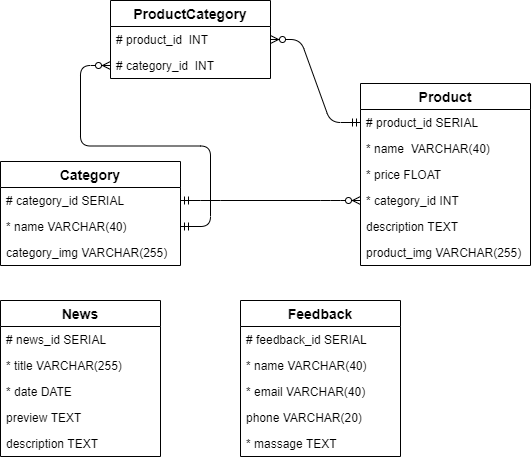
The draw.io diagram DB/ER-диаграмма.png in igor-ka97/bootcamp-block3, before a commit. Source tidied: cells renumbered, new cells last; positions are measured from the earlier drawing's top-left corner, leaving out a move shared by most shapes.
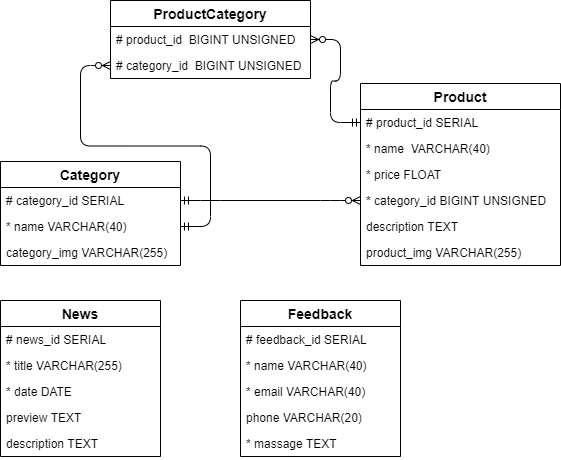
Above is the later version.

The edit, as a diff of the source:
```diff
@@ -12,34 +12,34 @@
       <mxGeometry relative="1" as="geometry" />
     </mxCell>
     <mxCell id="5" value="Product" style="swimlane;fontStyle=1;horizontal=1;startSize=26;align=center;fontSize=14;rounded=0;shadow=0;glass=0;comic=0;gradientColor=none;" parent="1" vertex="1">
-      <mxGeometry x="360" y="83" width="170" height="182" as="geometry" />
+      <mxGeometry x="360" y="83" width="200" height="182" as="geometry" />
     </mxCell>
     <mxCell id="6" value="# product_id SERIAL" style="text;strokeColor=none;fillColor=none;spacingLeft=4;spacingRight=4;overflow=hidden;points=[[0,0.5],[1,0.5]];portConstraint=eastwest;fontSize=12;" parent="5" vertex="1">
-      <mxGeometry y="26" width="170" height="26" as="geometry" />
+      <mxGeometry y="26" width="200" height="26" as="geometry" />
     </mxCell>
     <mxCell id="7" value="* name  VARCHAR(40)" style="text;strokeColor=none;fillColor=none;spacingLeft=4;spacingRight=4;overflow=hidden;fontSize=12;rounded=0;shadow=0;glass=0;comic=0;startSize=26;" parent="5" vertex="1">
-      <mxGeometry y="52" width="170" height="26" as="geometry" />
+      <mxGeometry y="52" width="200" height="26" as="geometry" />
     </mxCell>
     <mxCell id="8" value="* price FLOAT" style="text;strokeColor=none;fillColor=none;spacingLeft=4;spacingRight=4;overflow=hidden;fontSize=12;rounded=0;shadow=0;glass=0;comic=0;startSize=26;" parent="5" vertex="1">
-      <mxGeometry y="78" width="170" height="26" as="geometry" />
+      <mxGeometry y="78" width="200" height="26" as="geometry" />
     </mxCell>
-    <mxCell id="9" value="* category_id INT" style="text;strokeColor=none;fillColor=none;spacingLeft=4;spacingRight=4;overflow=hidden;points=[[0,0.5],[1,0.5]];portConstraint=eastwest;fontSize=12;rounded=0;shadow=0;glass=0;comic=0;startSize=26;" parent="5" vertex="1">
-      <mxGeometry y="104" width="170" height="26" as="geometry" />
+    <mxCell id="9" value="* category_id BIGINT UNSIGNED" style="text;strokeColor=none;fillColor=none;spacingLeft=4;spacingRight=4;overflow=hidden;points=[[0,0.5],[1,0.5]];portConstraint=eastwest;fontSize=12;rounded=0;shadow=0;glass=0;comic=0;startSize=26;" parent="5" vertex="1">
+      <mxGeometry y="104" width="200" height="26" as="geometry" />
     </mxCell>
     <mxCell id="10" value="description TEXT" style="text;strokeColor=none;fillColor=none;spacingLeft=4;spacingRight=4;overflow=hidden;fontSize=12;" parent="5" vertex="1">
-      <mxGeometry y="130" width="170" height="26" as="geometry" />
+      <mxGeometry y="130" width="200" height="26" as="geometry" />
     </mxCell>
     <mxCell id="11" value="product_img VARCHAR(255)" style="text;strokeColor=none;fillColor=none;spacingLeft=4;spacingRight=4;overflow=hidden;fontSize=12;" parent="5" vertex="1">
-      <mxGeometry y="156" width="170" height="26" as="geometry" />
+      <mxGeometry y="156" width="200" height="26" as="geometry" />
     </mxCell>
     <mxCell id="12" value="ProductCategory" style="swimlane;fontStyle=1;horizontal=1;startSize=26;align=center;fontSize=14;rounded=0;shadow=0;glass=0;comic=0;gradientColor=none;" parent="1" vertex="1">
-      <mxGeometry x="110" width="160" height="78" as="geometry" />
+      <mxGeometry x="110" width="200" height="78" as="geometry" />
     </mxCell>
-    <mxCell id="13" value="# product_id  INT" style="text;strokeColor=none;fillColor=none;spacingLeft=4;spacingRight=4;overflow=hidden;points=[[0,0.5],[1,0.5]];portConstraint=eastwest;fontSize=12;" parent="12" vertex="1">
-      <mxGeometry y="26" width="160" height="26" as="geometry" />
+    <mxCell id="13" value="# product_id  BIGINT UNSIGNED" style="text;strokeColor=none;fillColor=none;spacingLeft=4;spacingRight=4;overflow=hidden;points=[[0,0.5],[1,0.5]];portConstraint=eastwest;fontSize=12;" parent="12" vertex="1">
+      <mxGeometry y="26" width="200" height="26" as="geometry" />
     </mxCell>
-    <mxCell id="14" value="# category_id  INT" style="text;strokeColor=none;fillColor=none;spacingLeft=4;spacingRight=4;overflow=hidden;points=[[0,0.5],[1,0.5]];portConstraint=eastwest;fontSize=12;" parent="12" vertex="1">
-      <mxGeometry y="52" width="160" height="26" as="geometry" />
+    <mxCell id="14" value="# category_id  BIGINT UNSIGNED" style="text;strokeColor=none;fillColor=none;spacingLeft=4;spacingRight=4;overflow=hidden;points=[[0,0.5],[1,0.5]];portConstraint=eastwest;fontSize=12;" parent="12" vertex="1">
+      <mxGeometry y="52" width="200" height="26" as="geometry" />
     </mxCell>
     <mxCell id="15" value="Category" style="swimlane;fontStyle=1;horizontal=1;startSize=26;align=center;fontSize=14;" parent="1" vertex="1">
       <mxGeometry y="161" width="180" height="104" as="geometry" />
```
